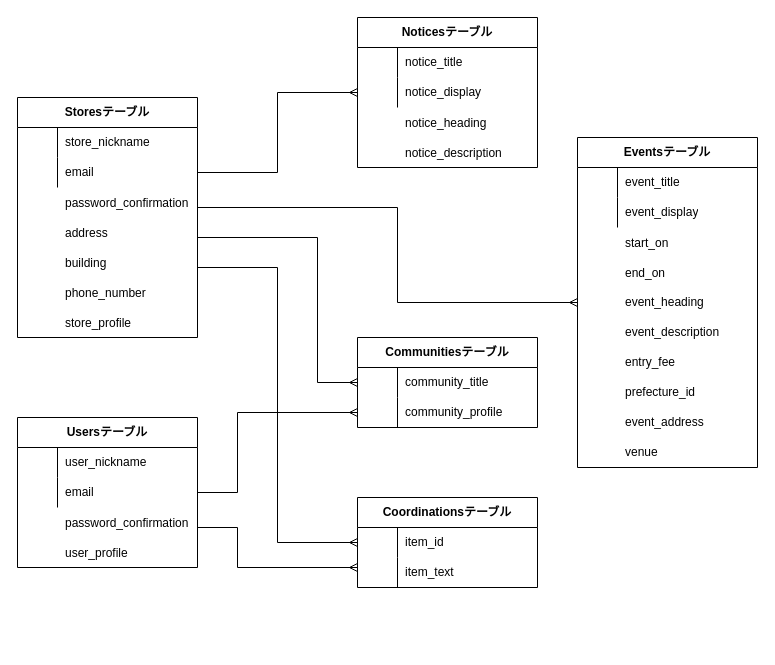
Earlier version of the draw.io diagram furugispace.dio (yuto730/furugispace). Source tidied: cells renumbered, new cells numbered last; positions are measured from the earlier drawing's top-left corner, leaving out a move shared by most shapes. Both pictures are drawn from the tidied source at 100%, with x=0, y=0 at pixel (17, 17).
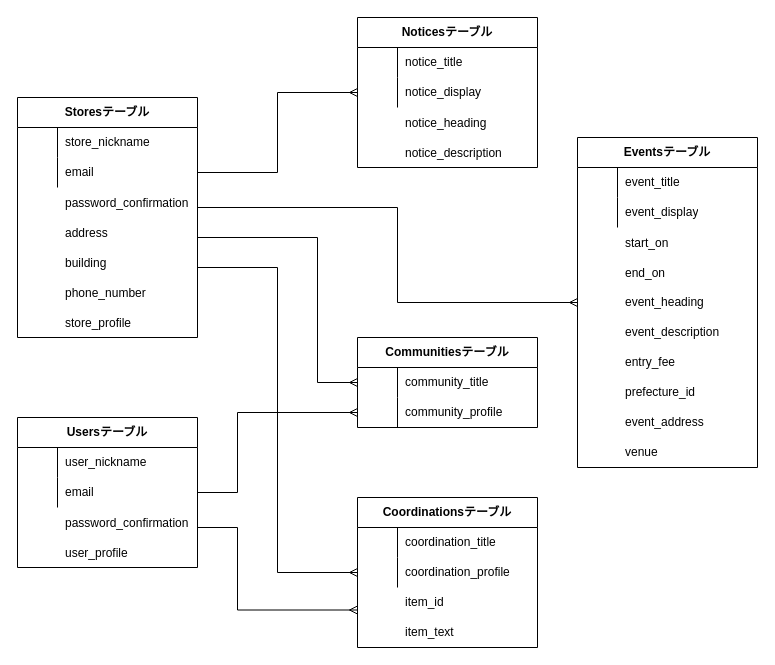
After the change.

Unchanged cells that the change refers to:
```xml
<mxCell id="48" style="shape=partialRectangle;html=1;whiteSpace=wrap;fillColor=none;top=0;left=0;bottom=0;right=0;points=[[0,0.5],[1,0.5]];portConstraint=eastwest;" parent="47" vertex="1">
  <mxGeometry y="30" width="180" height="30" as="geometry" />
</mxCell>
<mxCell id="51" style="shape=partialRectangle;html=1;whiteSpace=wrap;fillColor=none;top=0;left=0;bottom=0;right=0;points=[[0,0.5],[1,0.5]];portConstraint=eastwest;" parent="47" vertex="1">
  <mxGeometry y="60" width="180" height="30" as="geometry" />
</mxCell>
```

Change to the diagram source:
```diff
@@
     <mxCell id="47" value="Coordinationsテーブル" style="shape=table;html=1;whiteSpace=wrap;startSize=30;childLayout=tableLayout;rowLines=0;fontStyle=1;align=center;" parent="1" vertex="1">
-      <mxGeometry x="340" y="480" width="180" height="90" as="geometry" />
+      <mxGeometry x="340" y="480" width="180" height="150" as="geometry" />
     </mxCell>
@@
-    <mxCell id="50" value="item_id" style="shape=partialRectangle;html=1;whiteSpace=wrap;fillColor=none;top=0;left=0;bottom=0;right=0;align=left;spacingLeft=6;overflow=hidden;" parent="48" vertex="1">
+    <mxCell id="50" value="coordination_title" style="shape=partialRectangle;html=1;whiteSpace=wrap;fillColor=none;top=0;left=0;bottom=0;right=0;align=left;spacingLeft=6;overflow=hidden;" parent="48" vertex="1">
       <mxGeometry x="40" width="140" height="30" as="geometry" />
     </mxCell>
@@
-    <mxCell id="53" value="item_text" style="shape=partialRectangle;html=1;whiteSpace=wrap;fillColor=none;top=0;left=0;bottom=0;right=0;align=left;spacingLeft=6;overflow=hidden;" parent="51" vertex="1">
+    <mxCell id="53" value="coordination_profile" style="shape=partialRectangle;html=1;whiteSpace=wrap;fillColor=none;top=0;left=0;bottom=0;right=0;align=left;spacingLeft=6;overflow=hidden;" parent="51" vertex="1">
       <mxGeometry x="40" width="140" height="30" as="geometry" />
     </mxCell>
@@
-    <mxCell id="64" style="edgeStyle=orthogonalEdgeStyle;rounded=0;jettySize=auto;html=1;entryX=0;entryY=0.5;entryDx=0;entryDy=0;endArrow=ERmany;endFill=0;startArrow=none;startFill=0;" parent="1" edge="1" target="48">
+    <mxCell id="64" style="edgeStyle=orthogonalEdgeStyle;rounded=0;jettySize=auto;html=1;entryX=0;entryY=0.5;entryDx=0;entryDy=0;endArrow=ERmany;endFill=0;startArrow=none;startFill=0;" parent="1" edge="1" target="51">
       <mxGeometry relative="1" as="geometry">
         <mxPoint x="180" y="250" as="sourcePoint" />
         <Array as="points">
           <mxPoint x="260" y="250" />
-          <mxPoint x="260" y="525" />
+          <mxPoint x="260" y="555" />
         </Array>
       </mxGeometry>
     </mxCell>
@@
-    <mxCell id="66" style="edgeStyle=orthogonalEdgeStyle;rounded=0;orthogonalLoop=1;jettySize=auto;html=1;endArrow=ERmany;endFill=0;startArrow=none;startFill=0;" parent="1" edge="1">
+    <mxCell id="66" style="edgeStyle=orthogonalEdgeStyle;rounded=0;jettySize=auto;html=1;endArrow=ERmany;endFill=0;startArrow=none;startFill=0;entryX=0;entryY=0.75;entryDx=0;entryDy=0;" parent="1" edge="1" target="47">
       <mxGeometry relative="1" as="geometry">
         <mxPoint x="180" y="510" as="sourcePoint" />
-        <mxPoint x="340" y="550" as="targetPoint" />
         <Array as="points">
           <mxPoint x="220" y="510" />
-          <mxPoint x="220" y="550" />
+          <mxPoint x="220" y="593" />
         </Array>
       </mxGeometry>
     </mxCell>
+    <mxCell id="67" value="item_id" style="shape=partialRectangle;html=1;whiteSpace=wrap;fillColor=none;top=0;left=0;bottom=0;right=0;align=left;spacingLeft=6;overflow=hidden;" parent="1" vertex="1">
+      <mxGeometry x="380" y="570" width="140" height="30" as="geometry" />
+    </mxCell>
+    <mxCell id="68" value="item_text" style="shape=partialRectangle;html=1;whiteSpace=wrap;fillColor=none;top=0;left=0;bottom=0;right=0;align=left;spacingLeft=6;overflow=hidden;" parent="1" vertex="1">
+      <mxGeometry x="380" y="600" width="140" height="30" as="geometry" />
+    </mxCell>
```
